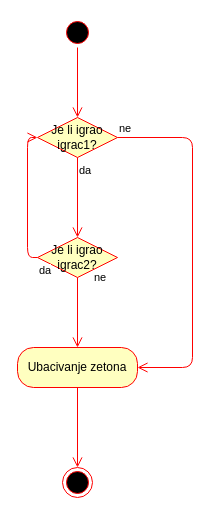
This is page "Activity: Ubacivanje zetona" (5 of 5) of dijagram.drawio from LauraMemedovic/connect-four, a draw.io file, before an edit. Source tidied: cells renumbered, new cells numbered last; positions are measured from the earlier drawing's top-left corner, leaving out a move shared by most shapes. Both pictures are drawn from the tidied source at 100%, with x=0, y=0 at pixel (17, 17).
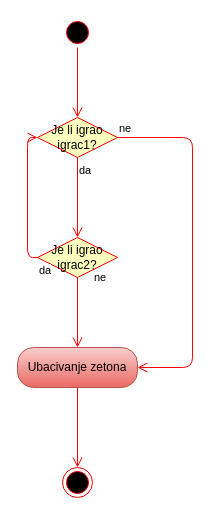
The same page after the edit.

Change to the diagram source:
```diff
@@
 <mxGraphModel>
   <root>
     <mxCell id="0" />
     <mxCell id="1" parent="0" />
-    <mxCell id="2" value="Ubacivanje zetona" style="rounded=1;whiteSpace=wrap;html=1;arcSize=40;fontColor=#000000;fillColor=#ffffc0;strokeColor=#ff0000;" parent="1" vertex="1">
+    <mxCell id="2" value="Ubacivanje zetona" style="rounded=1;whiteSpace=wrap;html=1;arcSize=40;fillColor=#f8cecc;strokeColor=#b85450;gradientColor=#ea6b66;" parent="1" vertex="1">
       <mxGeometry y="330" width="120" height="40" as="geometry" />
     </mxCell>
     <mxCell id="3" style="edgeStyle=orthogonalEdgeStyle;html=1;verticalAlign=bottom;endArrow=open;endSize=8;strokeColor=#ff0000;entryX=0.5;entryY=0;entryDx=0;entryDy=0;" parent="1" edge="1" source="2" target="12">
       <mxGeometry relative="1" as="geometry" />
     </mxCell>
     <mxCell id="4" style="ellipse;html=1;shape=startState;fillColor=#000000;strokeColor=#ff0000;" parent="1" vertex="1">
       <mxGeometry x="45" width="30" height="30" as="geometry" />
     </mxCell>
     <mxCell id="5" style="edgeStyle=orthogonalEdgeStyle;html=1;verticalAlign=bottom;endArrow=open;endSize=8;strokeColor=#ff0000;entryX=0.5;entryY=0;entryDx=0;entryDy=0;" parent="1" edge="1" source="4" target="6">
       <mxGeometry relative="1" as="geometry" />
     </mxCell>
     <mxCell id="6" value="Je li igrao igrac1?" style="rhombus;whiteSpace=wrap;html=1;fillColor=#ffffc0;strokeColor=#ff0000;" parent="1" vertex="1">
       <mxGeometry x="20" y="100" width="80" height="40" as="geometry" />
     </mxCell>
     <mxCell id="7" value="ne" style="edgeStyle=orthogonalEdgeStyle;html=1;align=left;verticalAlign=bottom;endArrow=open;endSize=8;strokeColor=#ff0000;entryX=1;entryY=0.5;entryDx=0;entryDy=0;" parent="1" edge="1" source="6" target="2">
       <mxGeometry x="-1" relative="1" as="geometry">
         <Array as="points">
           <mxPoint x="175" y="120" />
           <mxPoint x="175" y="350" />
         </Array>
       </mxGeometry>
     </mxCell>
     <mxCell id="8" value="da" style="edgeStyle=orthogonalEdgeStyle;html=1;align=left;verticalAlign=top;endArrow=open;endSize=8;strokeColor=#ff0000;entryX=0.5;entryY=0;entryDx=0;entryDy=0;" parent="1" edge="1" source="6" target="9">
       <mxGeometry x="-1" relative="1" as="geometry" />
     </mxCell>
     <mxCell id="9" value="Je li igrao igrac2?" style="rhombus;whiteSpace=wrap;html=1;fillColor=#ffffc0;strokeColor=#ff0000;" parent="1" vertex="1">
       <mxGeometry x="20" y="220" width="80" height="40" as="geometry" />
     </mxCell>
     <mxCell id="10" value="ne" style="edgeStyle=orthogonalEdgeStyle;html=1;align=left;verticalAlign=bottom;endArrow=open;endSize=8;strokeColor=#ff0000;entryX=0.5;entryY=0;entryDx=0;entryDy=0;" parent="1" edge="1" source="9" target="2">
       <mxGeometry x="-0.73" y="15" relative="1" as="geometry" />
     </mxCell>
     <mxCell id="11" value="da" style="edgeStyle=orthogonalEdgeStyle;html=1;align=left;verticalAlign=top;endArrow=open;endSize=8;strokeColor=#ff0000;entryX=0;entryY=0.5;entryDx=0;entryDy=0;" parent="1" edge="1" source="9" target="6">
       <mxGeometry x="-1" relative="1" as="geometry">
         <Array as="points">
           <mxPoint x="10" y="240" />
           <mxPoint x="10" y="120" />
         </Array>
       </mxGeometry>
     </mxCell>
     <mxCell id="12" style="ellipse;html=1;shape=endState;fillColor=#000000;strokeColor=#ff0000;" parent="1" vertex="1">
       <mxGeometry x="45" y="450" width="30" height="30" as="geometry" />
     </mxCell>
   </root>
 </mxGraphModel>
```
